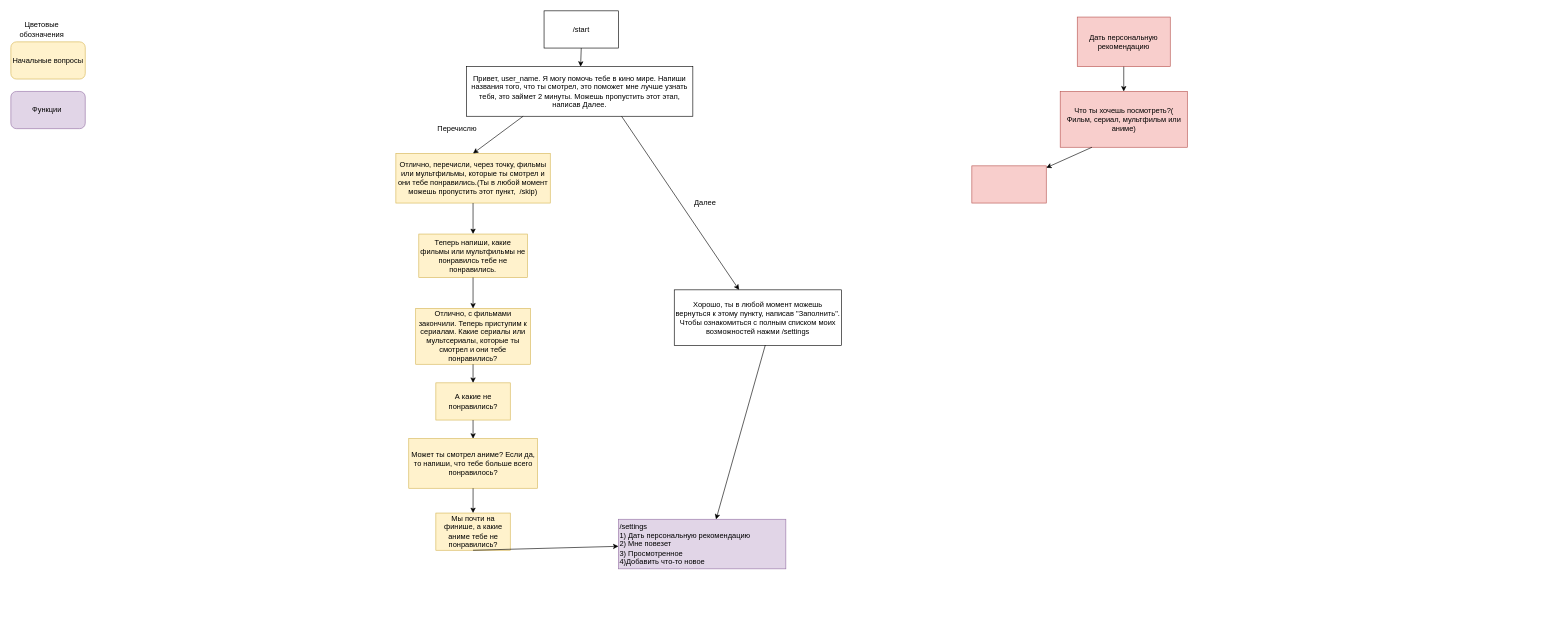
78Moonlight78/Showtor keeps this draw.io diagram as Untitled Diagram.drawio. Above is the earlier version. Source tidied: cells renumbered, new cells numbered last; positions are measured from the earlier drawing's top-left corner, leaving out a move shared by most shapes. Both pictures are drawn from the tidied source at 62%, with x=0, y=0 at pixel (11, 11).
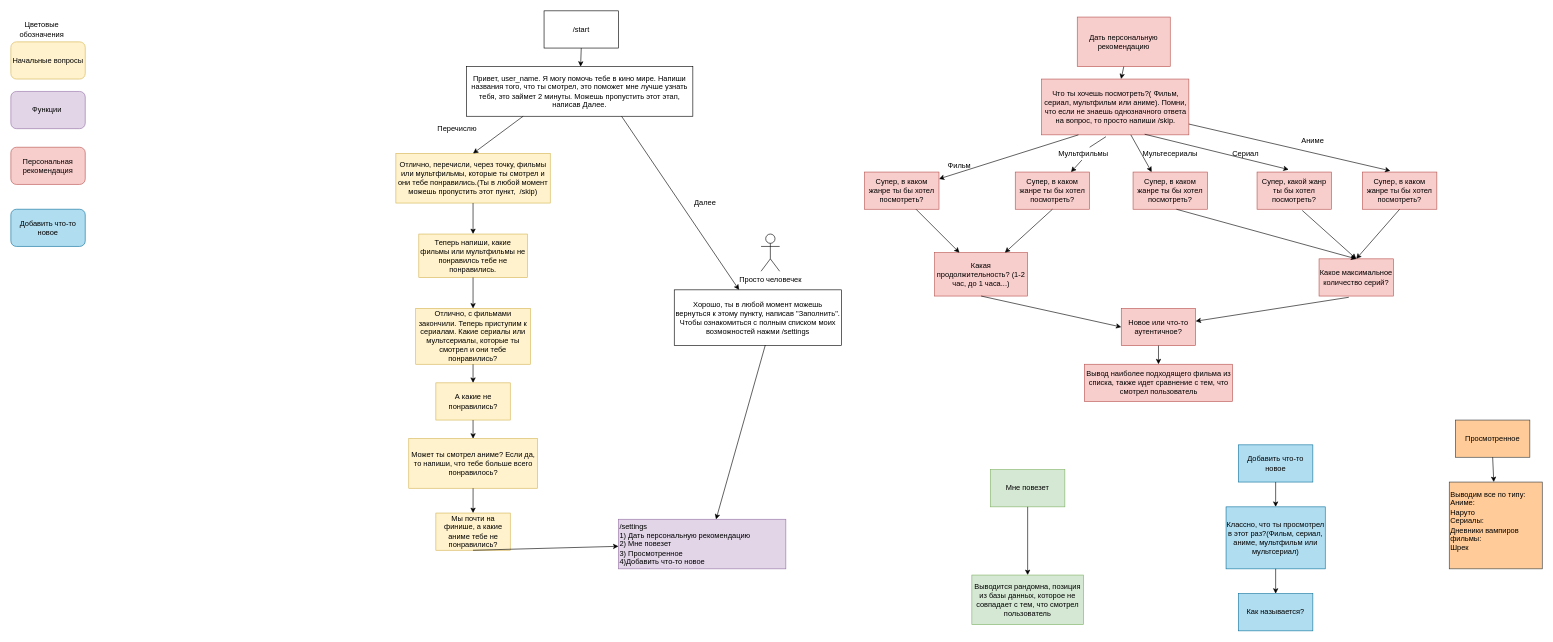
After the change.

What changed in the source:
```diff
@@
-    <mxCell id="29" value="Что ты хочешь посмотреть?( Фильм, сериал, мультфильм или аниме)" style="rounded=0;whiteSpace=wrap;html=1;fillColor=#f8cecc;strokeColor=#b85450;" parent="1" vertex="1">
-      <mxGeometry x="1692.5" y="130" width="205" height="90" as="geometry" />
+    <mxCell id="29" value="Что ты хочешь посмотреть?( Фильм, сериал, мультфильм или аниме). Помни, что если не знаешь однозначного ответа на вопрос, то просто напиши /skip. " style="rounded=0;whiteSpace=wrap;html=1;fillColor=#f8cecc;strokeColor=#b85450;" parent="1" vertex="1">
+      <mxGeometry x="1662.5" y="110" width="237.5" height="90" as="geometry" />
     </mxCell>
@@
-    <mxCell id="31" style="rounded=0;whiteSpace=wrap;html=1;fillColor=#f8cecc;strokeColor=#b85450;" parent="1" vertex="1">
-      <mxGeometry x="1550" y="250" width="120" height="60" as="geometry" />
+    <mxCell id="31" value="Супер, в каком жанре ты бы хотел посмотреть?" style="rounded=0;whiteSpace=wrap;html=1;fillColor=#f8cecc;strokeColor=#b85450;" parent="1" vertex="1">
+      <mxGeometry x="1377" y="260" width="120" height="60" as="geometry" />
     </mxCell>
+    <mxCell id="32" value="Фильм" style="text;html=1;strokeColor=none;fillColor=none;align=center;verticalAlign=middle;whiteSpace=wrap;rounded=0;" parent="1" vertex="1">
+      <mxGeometry x="1510" y="240" width="40" height="20" as="geometry" />
+    </mxCell>
+    <mxCell id="33" value="Супер, какой жанр ты бы хотел посмотреть?" style="rounded=0;whiteSpace=wrap;html=1;fillColor=#f8cecc;strokeColor=#b85450;" parent="1" vertex="1">
+      <mxGeometry x="2010" y="260" width="120" height="60" as="geometry" />
+    </mxCell>
+    <mxCell id="34" style="endArrow=classic;html=1;exitX=0.7;exitY=0.989;exitDx=0;exitDy=0;exitPerimeter=0;entryX=0.425;entryY=-0.067;entryDx=0;entryDy=0;entryPerimeter=0;" parent="1" edge="1" source="29" target="33">
+      <mxGeometry relative="1" as="geometry" />
+    </mxCell>
+    <mxCell id="35" value="&amp;nbsp;Сериал" style="text;html=1;strokeColor=none;fillColor=none;align=center;verticalAlign=middle;whiteSpace=wrap;rounded=0;" parent="1" vertex="1">
+      <mxGeometry x="1970" y="220" width="40" height="20" as="geometry" />
+    </mxCell>
+    <mxCell id="36" value="Супер, в каком жанре ты бы хотел посмотреть?" style="rounded=0;whiteSpace=wrap;html=1;fillColor=#f8cecc;strokeColor=#b85450;" parent="1" vertex="1">
+      <mxGeometry x="1620" y="260" width="120" height="60" as="geometry" />
+    </mxCell>
+    <mxCell id="37" value="Супер, в каком жанре ты бы хотел посмотреть?" style="rounded=0;whiteSpace=wrap;html=1;fillColor=#f8cecc;strokeColor=#b85450;" parent="1" vertex="1">
+      <mxGeometry x="1810" y="260" width="120" height="60" as="geometry" />
+    </mxCell>
+    <mxCell id="38" style="endArrow=classic;html=1;entryX=0.25;entryY=0;entryDx=0;entryDy=0;" parent="1" edge="1" source="29" target="37">
+      <mxGeometry relative="1" as="geometry" />
+    </mxCell>
+    <mxCell id="39" style="endArrow=classic;html=1;exitX=0.437;exitY=1.033;exitDx=0;exitDy=0;exitPerimeter=0;entryX=0.75;entryY=0;entryDx=0;entryDy=0;startArrow=none;" parent="1" edge="1" source="41" target="36">
+      <mxGeometry relative="1" as="geometry" />
+    </mxCell>
+    <mxCell id="40" value="Мультесериалы" style="text;html=1;strokeColor=none;fillColor=none;align=center;verticalAlign=middle;whiteSpace=wrap;rounded=0;" parent="1" vertex="1">
+      <mxGeometry x="1850" y="220" width="40" height="20" as="geometry" />
+    </mxCell>
+    <mxCell id="41" value="Мультфильмы" style="text;html=1;strokeColor=none;fillColor=none;align=center;verticalAlign=middle;whiteSpace=wrap;rounded=0;" parent="1" vertex="1">
+      <mxGeometry x="1710" y="220" width="40" height="20" as="geometry" />
+    </mxCell>
+    <mxCell id="42" style="endArrow=none;html=1;exitX=0.437;exitY=1.033;exitDx=0;exitDy=0;exitPerimeter=0;entryX=0.75;entryY=0;entryDx=0;entryDy=0;" parent="1" edge="1" source="29" target="41">
+      <mxGeometry relative="1" as="geometry" />
+    </mxCell>
+    <mxCell id="43" value="Супер, в каком жанре ты бы хотел посмотреть?" style="rounded=0;whiteSpace=wrap;html=1;fillColor=#f8cecc;strokeColor=#b85450;" parent="1" vertex="1">
+      <mxGeometry x="2180" y="260" width="120" height="60" as="geometry" />
+    </mxCell>
+    <mxCell id="44" style="endArrow=classic;html=1;entryX=0.375;entryY=-0.033;entryDx=0;entryDy=0;entryPerimeter=0;" parent="1" edge="1" source="29" target="43">
+      <mxGeometry relative="1" as="geometry" />
+    </mxCell>
+    <mxCell id="45" value="Аниме" style="text;html=1;strokeColor=none;fillColor=none;align=center;verticalAlign=middle;whiteSpace=wrap;rounded=0;" parent="1" vertex="1">
+      <mxGeometry x="2080" y="200" width="40" height="20" as="geometry" />
+    </mxCell>
+    <mxCell id="46" value="Какая продолжительность? (1-2 час, до 1 часа...)" style="rounded=0;whiteSpace=wrap;html=1;fillColor=#f8cecc;strokeColor=#b85450;" parent="1" vertex="1">
+      <mxGeometry x="1490" y="390" width="150" height="70" as="geometry" />
+    </mxCell>
+    <mxCell id="47" value="Какое максимальное количество серий? " style="rounded=0;whiteSpace=wrap;html=1;fillColor=#f8cecc;strokeColor=#b85450;" parent="1" vertex="1">
+      <mxGeometry x="2110" y="400" width="120" height="60" as="geometry" />
+    </mxCell>
+    <mxCell id="48" style="endArrow=classic;html=1;" parent="1" edge="1" target="46">
+      <mxGeometry relative="1" as="geometry">
+        <mxPoint x="1460" y="320" as="sourcePoint" />
+      </mxGeometry>
+    </mxCell>
+    <mxCell id="49" style="endArrow=classic;html=1;exitX=0.583;exitY=1;exitDx=0;exitDy=0;exitPerimeter=0;entryX=0.5;entryY=0;entryDx=0;entryDy=0;" parent="1" edge="1" source="37" target="47">
+      <mxGeometry relative="1" as="geometry" />
+    </mxCell>
+    <mxCell id="50" style="endArrow=classic;html=1;exitX=0.5;exitY=1;exitDx=0;exitDy=0;" parent="1" edge="1" source="36" target="46">
+      <mxGeometry relative="1" as="geometry" />
+    </mxCell>
+    <mxCell id="51" style="endArrow=classic;html=1;exitX=0.5;exitY=1;exitDx=0;exitDy=0;entryX=0.5;entryY=0;entryDx=0;entryDy=0;" parent="1" edge="1" source="43" target="47">
+      <mxGeometry relative="1" as="geometry" />
+    </mxCell>
+    <mxCell id="52" style="endArrow=classic;html=1;exitX=0.608;exitY=1.033;exitDx=0;exitDy=0;exitPerimeter=0;entryX=0.5;entryY=0;entryDx=0;entryDy=0;" parent="1" edge="1" source="33" target="47">
+      <mxGeometry relative="1" as="geometry" />
+    </mxCell>
+    <mxCell id="53" style="endArrow=classic;html=1;exitX=0.5;exitY=1;exitDx=0;exitDy=0;entryX=0;entryY=0.5;entryDx=0;entryDy=0;" parent="1" edge="1" source="46" target="55">
+      <mxGeometry relative="1" as="geometry" />
+    </mxCell>
+    <mxCell id="54" style="endArrow=classic;html=1;exitX=0.4;exitY=1.033;exitDx=0;exitDy=0;exitPerimeter=0;" parent="1" edge="1" source="47" target="55">
+      <mxGeometry relative="1" as="geometry" />
+    </mxCell>
+    <mxCell id="55" value="Новое или что-то аутентичное?" style="rounded=0;whiteSpace=wrap;html=1;fillColor=#f8cecc;strokeColor=#b85450;" parent="1" vertex="1">
+      <mxGeometry x="1791" y="480" width="120" height="60" as="geometry" />
+    </mxCell>
+    <mxCell id="56" style="endArrow=classic;html=1;exitX=0.5;exitY=1;exitDx=0;exitDy=0;" parent="1" edge="1" source="55" target="57">
+      <mxGeometry relative="1" as="geometry" />
+    </mxCell>
+    <mxCell id="57" value="Вывод наиболее подходящего фильма из списка, также идет сравнение с тем, что смотрел пользователь" style="rounded=0;whiteSpace=wrap;html=1;fillColor=#f8cecc;strokeColor=#b85450;" parent="1" vertex="1">
+      <mxGeometry x="1731.5" y="570" width="239" height="60" as="geometry" />
+    </mxCell>
+    <mxCell id="58" value="Персональная рекомендация" style="rounded=1;whiteSpace=wrap;html=1;fillColor=#f8cecc;strokeColor=#b85450;" parent="1" vertex="1">
+      <mxGeometry y="220" width="120" height="60" as="geometry" />
+    </mxCell>
+    <mxCell id="59" value="Просто человечек" style="shape=umlActor;verticalLabelPosition=bottom;verticalAlign=top;html=1;" parent="1" vertex="1">
+      <mxGeometry x="1210" y="360" width="30" height="60" as="geometry" />
+    </mxCell>
+    <mxCell id="60" value="Мне повезет" style="rounded=0;whiteSpace=wrap;html=1;fillColor=#d5e8d4;strokeColor=#82b366;" parent="1" vertex="1">
+      <mxGeometry x="1580" y="740" width="120" height="60" as="geometry" />
+    </mxCell>
+    <mxCell id="61" style="endArrow=classic;html=1;exitX=0.5;exitY=1;exitDx=0;exitDy=0;" parent="1" edge="1" source="60" target="62">
+      <mxGeometry relative="1" as="geometry" />
+    </mxCell>
+    <mxCell id="62" value="Выводится рандомна, позиция из базы данных, которое не совпадает с тем, что смотрел пользователь " style="rounded=0;whiteSpace=wrap;html=1;fillColor=#d5e8d4;strokeColor=#82b366;" parent="1" vertex="1">
+      <mxGeometry x="1550" y="910" width="180" height="80" as="geometry" />
+    </mxCell>
+    <mxCell id="63" value="Добавить что-то новое" style="rounded=0;whiteSpace=wrap;html=1;fillColor=#b1ddf0;strokeColor=#10739e;" parent="1" vertex="1">
+      <mxGeometry x="1980" y="700" width="120" height="60" as="geometry" />
+    </mxCell>
+    <mxCell id="64" style="endArrow=classic;html=1;exitX=0.5;exitY=1;exitDx=0;exitDy=0;" parent="1" edge="1" source="63" target="65">
+      <mxGeometry relative="1" as="geometry" />
+    </mxCell>
+    <mxCell id="65" value="Классно, что ты просмотрел в этот раз?(Фильм, сериал, аниме, мультфильм или мультсериал)" style="rounded=0;whiteSpace=wrap;html=1;fillColor=#b1ddf0;strokeColor=#10739e;" parent="1" vertex="1">
+      <mxGeometry x="1960" y="800" width="160" height="100" as="geometry" />
+    </mxCell>
+    <mxCell id="66" style="endArrow=classic;html=1;exitX=0.5;exitY=1;exitDx=0;exitDy=0;entryX=0.5;entryY=0;entryDx=0;entryDy=0;" parent="1" edge="1" source="65" target="67">
+      <mxGeometry relative="1" as="geometry" />
+    </mxCell>
+    <mxCell id="67" value="Как называется?" style="rounded=0;whiteSpace=wrap;html=1;fillColor=#b1ddf0;strokeColor=#10739e;" parent="1" vertex="1">
+      <mxGeometry x="1980" y="940" width="120" height="60" as="geometry" />
+    </mxCell>
+    <mxCell id="68" value="Добавить что-то новое" style="rounded=1;whiteSpace=wrap;html=1;fillColor=#b1ddf0;strokeColor=#10739e;" parent="1" vertex="1">
+      <mxGeometry y="320" width="120" height="60" as="geometry" />
+    </mxCell>
+    <mxCell id="69" value="&lt;span&gt;Просмотренное &lt;br&gt;&lt;/span&gt;" style="rounded=0;whiteSpace=wrap;html=1;fillColor=#ffcc99;strokeColor=#36393d;" parent="1" vertex="1">
+      <mxGeometry x="2330" y="660" width="120" height="60" as="geometry" />
+    </mxCell>
+    <mxCell id="70" style="endArrow=classic;html=1;exitX=0.5;exitY=1;exitDx=0;exitDy=0;" parent="1" edge="1" source="69" target="71">
+      <mxGeometry relative="1" as="geometry" />
+    </mxCell>
+    <mxCell id="71" value="&lt;div align=&quot;center&quot;&gt;Выводим все по типу:&lt;br&gt;&lt;/div&gt;&lt;div align=&quot;left&quot;&gt;Аниме:&lt;/div&gt;&lt;div align=&quot;left&quot;&gt;Наруто&lt;br&gt;Сериалы:&lt;/div&gt;&lt;div align=&quot;left&quot;&gt;Дневники вампиров&lt;/div&gt;&lt;div align=&quot;left&quot;&gt;фильмы:&lt;/div&gt;&lt;div align=&quot;left&quot;&gt;Шрек&lt;br&gt;&lt;/div&gt;&lt;div align=&quot;left&quot;&gt;&lt;br&gt;&lt;/div&gt;" style="rounded=0;whiteSpace=wrap;html=1;fillColor=#ffcc99;strokeColor=#36393d;align=left;" parent="1" vertex="1">
+      <mxGeometry x="2320" y="760" width="150" height="140" as="geometry" />
+    </mxCell>
```
